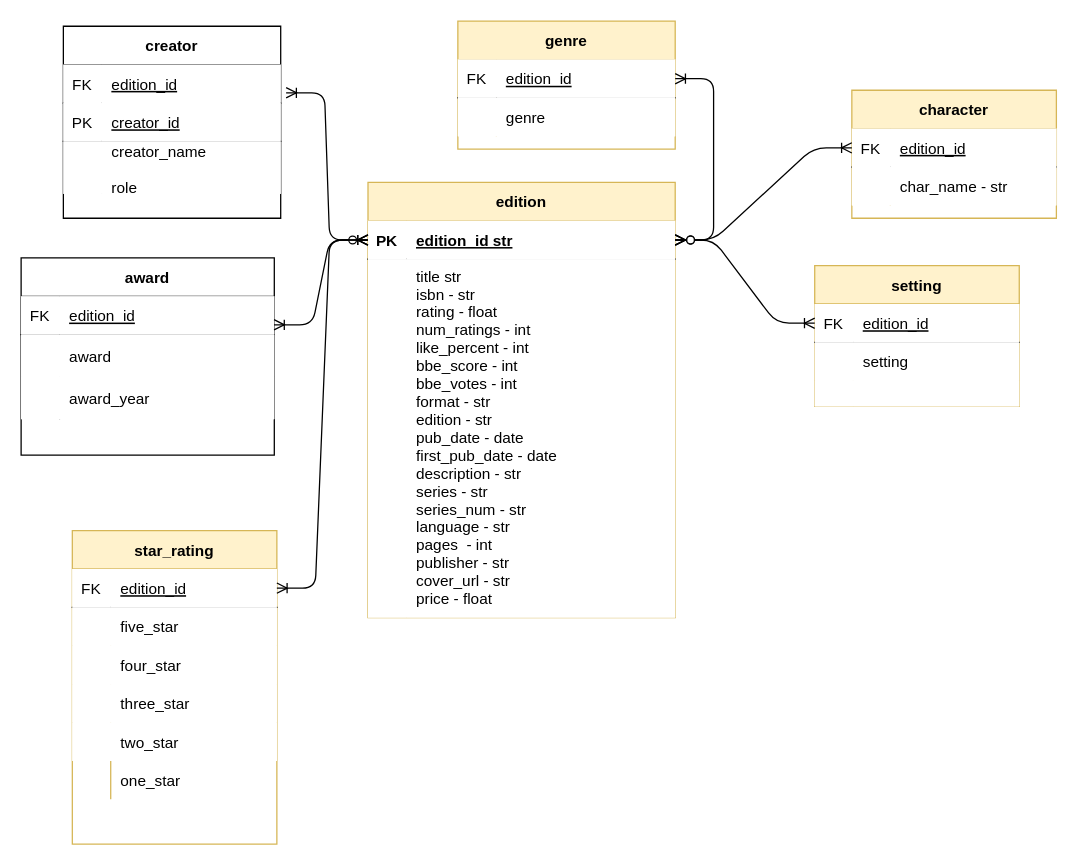
Above: artifacts/books_db.drawio in codeslp/books_db (draw.io), before the change. Source tidied: cells renumbered, new cells numbered last; positions are measured from the earlier drawing's top-left corner, leaving out a move shared by most shapes. Both pictures are drawn from the tidied source at 128%, with x=0, y=0 at pixel (20, 20).
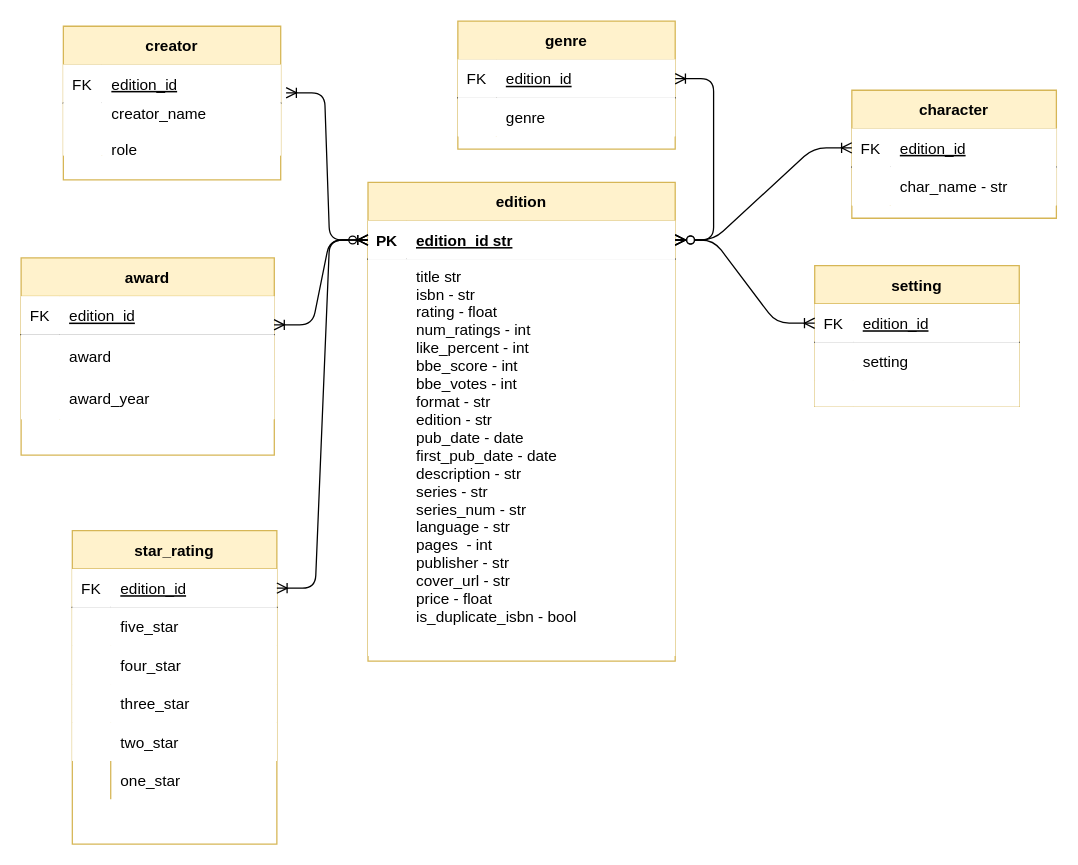
After the change.

The change refers to these unchanged cells:
```xml
<mxCell id="34" style="group;" parent="1" vertex="1">
  <mxGeometry y="185" width="197.8" height="184" as="geometry" />
</mxCell>
```

The edit, as a diff of the source:
```diff
@@
     <mxCell id="3" value="edition" style="shape=table;startSize=30;childLayout=tableLayout;rowLines=0;fontStyle=1;align=center;fillColor=#fff2cc;strokeColor=#d6b656;" parent="1" vertex="1">
-      <mxGeometry x="271" y="126" width="240" height="340" as="geometry" />
+      <mxGeometry x="271" y="126" width="240" height="374" as="geometry" />
     </mxCell>
@@
     <mxCell id="7" style="shape=partialRectangle;top=0;left=0;right=0;bottom=0;" parent="3" vertex="1">
-      <mxGeometry y="60" width="240" height="280" as="geometry" />
+      <mxGeometry y="60" width="240" height="310" as="geometry" />
     </mxCell>
     <mxCell id="8" style="shape=partialRectangle;overflow=hidden;top=0;left=0;bottom=0;right=0;" parent="7" vertex="1">
-      <mxGeometry width="30" height="280" as="geometry" />
+      <mxGeometry width="30" height="310" as="geometry" />
     </mxCell>
-    <mxCell id="9" value="title str&#10;isbn - str&#10;rating - float&#10;num_ratings - int&#10;like_percent - int&#10;bbe_score - int&#10;bbe_votes - int&#10;format - str&#10;edition - str&#10;pub_date - date&#10;first_pub_date - date&#10;description - str&#10;series - str&#10;series_num - str&#10;language - str&#10;pages  - int&#10;publisher - str&#10;cover_url - str&#10;price - float" style="shape=partialRectangle;overflow=hidden;top=0;left=0;bottom=0;right=0;align=left;spacingLeft=6;verticalAlign=top;" parent="7" vertex="1">
-      <mxGeometry x="30" width="210" height="280" as="geometry" />
+    <mxCell id="9" value="title str&#10;isbn - str&#10;rating - float&#10;num_ratings - int&#10;like_percent - int&#10;bbe_score - int&#10;bbe_votes - int&#10;format - str&#10;edition - str&#10;pub_date - date&#10;first_pub_date - date&#10;description - str&#10;series - str&#10;series_num - str&#10;language - str&#10;pages  - int&#10;publisher - str&#10;cover_url - str&#10;price - float&#10;is_duplicate_isbn - bool" style="shape=partialRectangle;overflow=hidden;top=0;left=0;bottom=0;right=0;align=left;spacingLeft=6;verticalAlign=top;" parent="7" vertex="1">
+      <mxGeometry x="30" width="210" height="310" as="geometry" />
     </mxCell>
-    <mxCell id="10" value="creator" style="shape=table;startSize=30;childLayout=tableLayout;rowLines=0;fontStyle=1;align=center;" parent="1" vertex="1">
-      <mxGeometry x="33" y="4" width="169.8" height="150" as="geometry" />
+    <mxCell id="10" value="creator" style="shape=table;startSize=30;childLayout=tableLayout;rowLines=0;fontStyle=1;align=center;fillColor=#fff2cc;strokeColor=#d6b656;" parent="1" vertex="1">
+      <mxGeometry x="33" y="4" width="169.8" height="120" as="geometry" />
     </mxCell>
@@
-    <mxCell id="14" style="shape=partialRectangle;top=0;left=0;right=0;bottom=1;" parent="10" vertex="1">
-      <mxGeometry y="60" width="169.8" height="30" as="geometry" />
-    </mxCell>
-    <mxCell id="15" value="PK" style="shape=partialRectangle;overflow=hidden;top=0;left=0;bottom=0;right=0;fontStyle=0;" parent="14" vertex="1">
-      <mxGeometry width="30" height="30" as="geometry" />
-    </mxCell>
-    <mxCell id="16" value="creator_id" style="shape=partialRectangle;overflow=hidden;top=0;left=0;bottom=0;right=0;align=left;spacingLeft=6;fontStyle=4;" parent="14" vertex="1">
-      <mxGeometry x="30" width="139.8" height="30" as="geometry" />
-    </mxCell>
     <mxCell id="17" style="shape=partialRectangle;top=0;left=0;right=0;bottom=0;" parent="10" vertex="1">
-      <mxGeometry y="90" width="169.8" height="41" as="geometry" />
+      <mxGeometry y="60" width="169.8" height="41" as="geometry" />
     </mxCell>
@@
-    <mxCell id="35" value="award" style="shape=table;startSize=30;childLayout=tableLayout;rowLines=0;fontStyle=1;align=center;" parent="34" vertex="1">
+    <mxCell id="35" value="award" style="shape=table;startSize=30;childLayout=tableLayout;rowLines=0;fontStyle=1;align=center;fillColor=#fff2cc;strokeColor=#d6b656;" parent="34" vertex="1">
       <mxGeometry width="197.8" height="154" as="geometry" />
     </mxCell>
```
